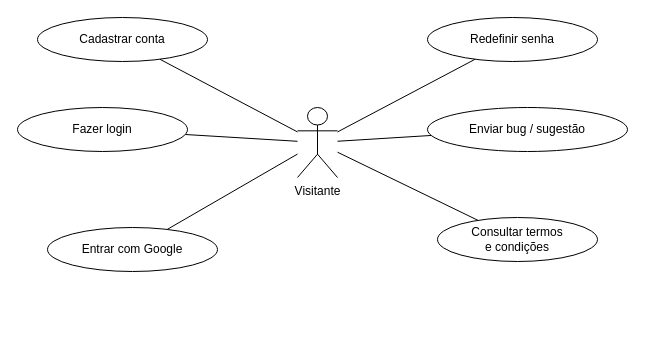
Earlier version of the draw.io diagram page "Visitante" (2 of 4) of frontend/CasosDeUso.drawio (israelhub/JacalorIA-CONTADOR-DE-CALORIAS). Source tidied: cells renumbered, new cells numbered last; positions are measured from the earlier drawing's top-left corner, leaving out a move shared by most shapes. Both pictures are drawn from the tidied source at 100%, with x=0, y=0 at pixel (17, 17).
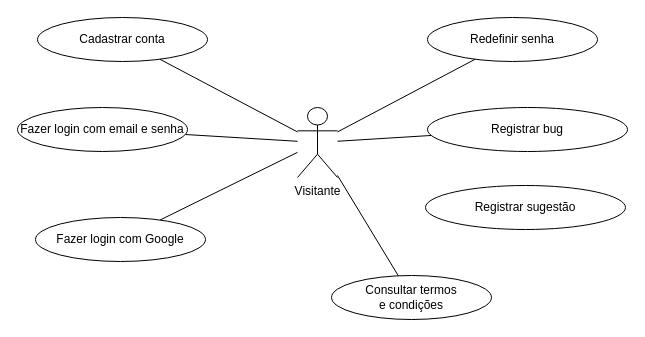
After the change.

The edit, as a diff of the source:
```diff
@@
 <mxGraphModel>
   <root>
     <mxCell id="0" />
     <mxCell id="1" parent="0" />
     <mxCell id="2" value="Visitante" style="shape=umlActor;verticalLabelPosition=bottom;verticalAlign=top;html=1;outlineConnect=0;" parent="1" vertex="1">
       <mxGeometry x="280" y="90" width="40" height="70" as="geometry" />
     </mxCell>
     <mxCell id="3" style="endArrow=none;html=1;rounded=0;strokeWidth=1;" parent="1" edge="1" source="2" target="9">
       <mxGeometry relative="1" as="geometry" />
     </mxCell>
     <mxCell id="4" style="endArrow=none;html=1;rounded=0;strokeWidth=1;" parent="1" edge="1" source="2" target="10">
       <mxGeometry relative="1" as="geometry" />
     </mxCell>
     <mxCell id="5" style="endArrow=none;html=1;rounded=0;strokeWidth=1;" parent="1" edge="1" source="2" target="11">
       <mxGeometry relative="1" as="geometry" />
     </mxCell>
     <mxCell id="6" style="endArrow=none;html=1;rounded=0;strokeWidth=1;" parent="1" edge="1" source="2" target="12">
       <mxGeometry relative="1" as="geometry" />
     </mxCell>
     <mxCell id="7" style="endArrow=none;html=1;rounded=0;strokeWidth=1;" parent="1" edge="1" source="2" target="13">
       <mxGeometry relative="1" as="geometry" />
     </mxCell>
     <mxCell id="8" style="endArrow=none;html=1;rounded=0;strokeWidth=1;" parent="1" edge="1" source="2" target="14">
       <mxGeometry relative="1" as="geometry" />
     </mxCell>
     <mxCell id="9" value="Cadastrar conta" style="ellipse;whiteSpace=wrap;html=1;" parent="1" vertex="1">
       <mxGeometry x="20" width="170" height="44" as="geometry" />
     </mxCell>
-    <mxCell id="10" value="Fazer login" style="ellipse;whiteSpace=wrap;html=1;" parent="1" vertex="1">
+    <mxCell id="10" value="Fazer login com email e senha" style="ellipse;whiteSpace=wrap;html=1;" parent="1" vertex="1">
       <mxGeometry y="90" width="170" height="44" as="geometry" />
     </mxCell>
-    <mxCell id="11" value="Entrar com Google" style="ellipse;whiteSpace=wrap;html=1;" parent="1" vertex="1">
-      <mxGeometry x="30" y="210" width="170" height="44" as="geometry" />
+    <mxCell id="11" value="Fazer login com Google" style="ellipse;whiteSpace=wrap;html=1;" parent="1" vertex="1">
+      <mxGeometry x="18" y="200" width="170" height="44" as="geometry" />
     </mxCell>
     <mxCell id="12" value="Redefinir senha" style="ellipse;whiteSpace=wrap;html=1;" parent="1" vertex="1">
       <mxGeometry x="410" width="170" height="44" as="geometry" />
     </mxCell>
     <mxCell id="13" value="Consultar termos&#10;e condições" style="ellipse;whiteSpace=wrap;html=1;" parent="1" vertex="1">
-      <mxGeometry x="420" y="200" width="160" height="44" as="geometry" />
+      <mxGeometry x="314" y="258" width="160" height="44" as="geometry" />
     </mxCell>
-    <mxCell id="14" value="Enviar bug / sugestão" style="ellipse;whiteSpace=wrap;html=1;" parent="1" vertex="1">
+    <mxCell id="14" value="Registrar bug" style="ellipse;whiteSpace=wrap;html=1;" parent="1" vertex="1">
       <mxGeometry x="410" y="90" width="200" height="44" as="geometry" />
     </mxCell>
+    <mxCell id="15" value="Registrar sugestão" style="ellipse;whiteSpace=wrap;html=1;" parent="1" vertex="1">
+      <mxGeometry x="408" y="168" width="200" height="44" as="geometry" />
+    </mxCell>
   </root>
 </mxGraphModel>
```
